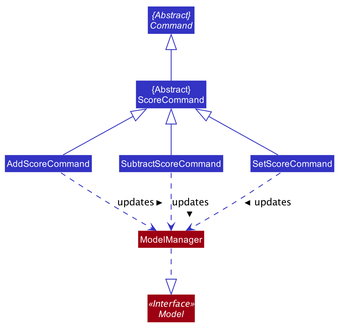
Before: images/ScoringClassDiagram.png, a diagram exported from PlantUML (AY1920S1-CS2103T-F11-1/main). Its diagram source:
```plantuml
@startuml












skinparam BackgroundColor #FFFFFFF

skinparam Shadowing false

skinparam Class {
    FontColor #FFFFFF
    BorderThickness 1
    BorderColor #FFFFFF
    StereotypeFontColor #FFFFFF
    FontName Arial
}

skinparam Actor {
    BorderColor #000000
    Color #000000
    FontName Arial
}

skinparam Sequence {
    MessageAlign center
    BoxFontSize 15
    BoxPadding 0
    BoxFontColor #FFFFFF
    FontName Arial
}

skinparam Participant {
    FontColor #FFFFFFF
    Padding 20
}

skinparam MinClassWidth 50
skinparam ParticipantPadding 10
skinparam Shadowing false
skinparam DefaultTextAlignment center
skinparam packageStyle Rectangle

hide footbox
hide members
hide circle
skinparam arrowThickness 1.1
skinparam arrowColor #3333C4
skinparam classBackgroundColor #3333C4

Class "{Abstract}\nScoreCommand" as ScoreCommand

Interface Model <<Interface>> #9D0012

Abstract Class "{Abstract}\nCommand" as Command

Class AddScoreCommand
Class SubtractScoreCommand
Class SetScoreCommand

Class ModelManager #9D0012

ScoreCommand -up-|> Command

AddScoreCommand -up-|> ScoreCommand
SubtractScoreCommand -up-|> ScoreCommand
SetScoreCommand -up-|> ScoreCommand

AddScoreCommand .-> ModelManager : updates >
SubtractScoreCommand .-> ModelManager : updates >
SetScoreCommand .-> ModelManager : updates >

ModelManager ..|> Model

@enduml
```
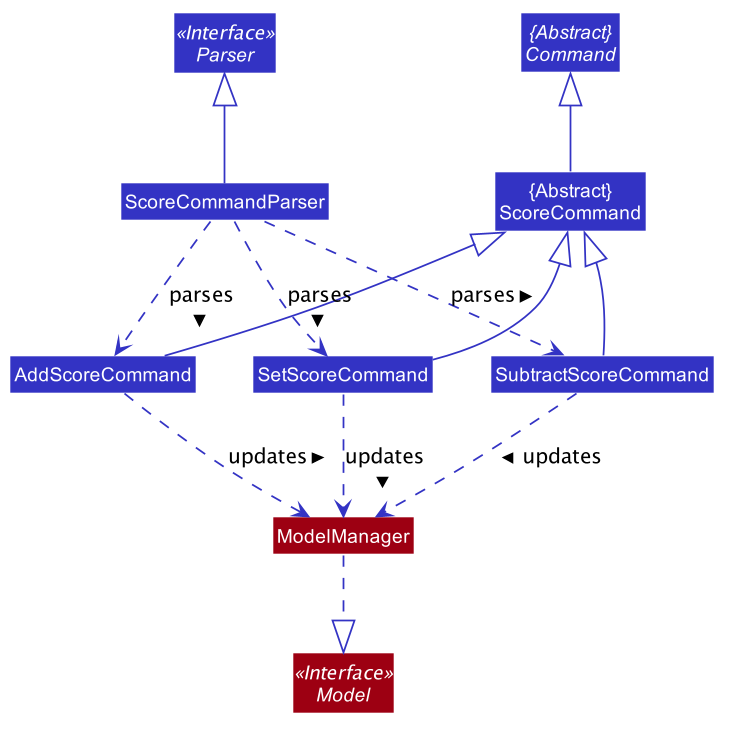
After the change.

What changed in the source:
```diff
@@ -58,16 +58,19 @@
 Class "{Abstract}\nScoreCommand" as ScoreCommand
 
 Interface Model <<Interface>> #9D0012
+Interface Parser <<Interface>>
 
 Abstract Class "{Abstract}\nCommand" as Command
 
 Class AddScoreCommand
 Class SubtractScoreCommand
 Class SetScoreCommand
+Class ScoreCommandParser
 
 Class ModelManager #9D0012
 
 ScoreCommand -up-|> Command
+ScoreCommandParser -up-|> Parser
 
 AddScoreCommand -up-|> ScoreCommand
 SubtractScoreCommand -up-|> ScoreCommand
@@ -77,6 +80,10 @@
 SubtractScoreCommand .-> ModelManager : updates >
 SetScoreCommand .-> ModelManager : updates >
 
+ScoreCommandParser .-> AddScoreCommand : parses >
+ScoreCommandParser .-> SubtractScoreCommand : parses >
+ScoreCommandParser .-> SetScoreCommand : parses >
+
 ModelManager ..|> Model
 
 @enduml
```
